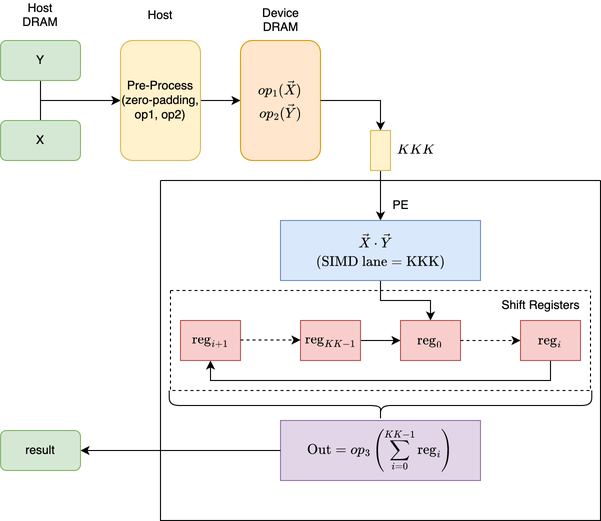
ronghongbo/oneAPI-samples keeps this draw.io diagram as DirectProgramming/C++SYCL_FPGA/ReferenceDesigns/productive_libraries/blas/reconfigurable_dotprod/figures/dot_systolic_array.png. Above is the earlier version. Source tidied: cells renumbered, new cells last; positions are measured from the earlier drawing's top-left corner, leaving out a move shared by most shapes.
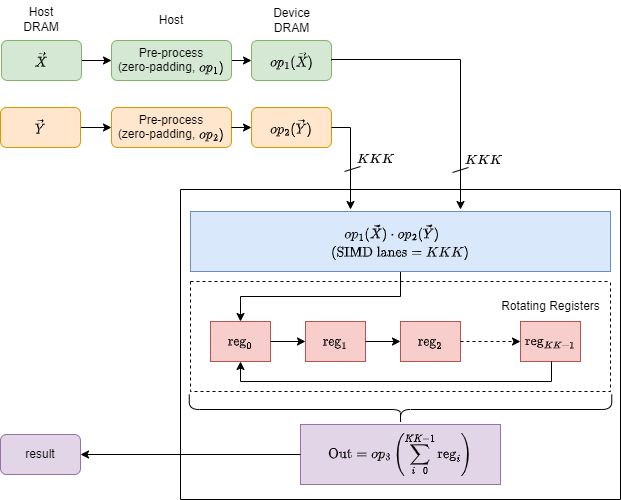
Later version of the same file.

Commit message:
Update figures of dotprod

Change to the diagram source:
```diff
@@ -2,106 +2,137 @@
   <root>
     <mxCell id="0" />
     <mxCell id="1" parent="0" />
+    <mxCell id="9" value="Host" style="text;html=1;strokeColor=none;fillColor=none;align=center;verticalAlign=middle;whiteSpace=wrap;rounded=0;" parent="1" vertex="1">
+      <mxGeometry x="191" y="626" width="60" height="30" as="geometry" />
+    </mxCell>
+    <mxCell id="13" value="result" style="rounded=1;whiteSpace=wrap;html=1;fillColor=#e1d5e7;strokeColor=#9673a6;" parent="1" vertex="1">
+      <mxGeometry x="50" y="1055" width="80" height="40" as="geometry" />
+    </mxCell>
+    <mxCell id="34" style="swimlane;startSize=0;" parent="1" vertex="1">
+      <mxGeometry x="230" y="810" width="440" height="310" as="geometry" />
+    </mxCell>
+    <mxCell id="35" style="edgeStyle=orthogonalEdgeStyle;rounded=0;jettySize=auto;html=1;exitX=0.5;exitY=1;exitDx=0;exitDy=0;entryX=0.5;entryY=0;entryDx=0;entryDy=0;" parent="34" edge="1" source="36" target="18">
+      <mxGeometry relative="1" as="geometry" />
+    </mxCell>
+    <mxCell id="36" value="$$\begin{aligned}&amp;amp;op_1(\vec{X}) \cdot op_2(\vec{Y})\\\text{(S}&amp;amp;\text{IMD}\text{ lanes}=KKK)\end{aligned}$$" style="rounded=0;whiteSpace=wrap;html=1;fillColor=#dae8fc;strokeColor=#6c8ebf;" parent="34" vertex="1">
+      <mxGeometry x="10" y="22" width="420" height="60" as="geometry" />
+    </mxCell>
+    <mxCell id="26" value="$$\text{Out}=op_3\left(\sum_{i=0}^{KK-1}\text{reg}_i\right)$$" style="rounded=0;whiteSpace=wrap;html=1;fillColor=#e1d5e7;strokeColor=#9673a6;" parent="34" vertex="1">
+      <mxGeometry x="120" y="235" width="200" height="60" as="geometry" />
+    </mxCell>
+    <mxCell id="37" style="shape=curlyBracket;whiteSpace=wrap;html=1;rounded=1;flipH=1;labelPosition=right;verticalLabelPosition=middle;align=left;verticalAlign=middle;rotation=90;" parent="34" vertex="1">
+      <mxGeometry x="205" y="8.8" width="30" height="422.5" as="geometry" />
+    </mxCell>
+    <mxCell id="38" style="swimlane;startSize=0;dashed=1;" parent="34" vertex="1">
+      <mxGeometry x="10" y="92" width="420" height="110" as="geometry" />
+    </mxCell>
+    <mxCell id="39" value="Rotating Registers" style="text;html=1;align=center;verticalAlign=middle;strokeColor=none;fillColor=none;" parent="38" vertex="1">
+      <mxGeometry x="300" y="10" width="120" height="30" as="geometry" />
+    </mxCell>
+    <mxCell id="18" value="$$\text{reg}_0$$" style="rounded=0;whiteSpace=wrap;html=1;fillColor=#f8cecc;strokeColor=#b85450;" parent="38" vertex="1">
+      <mxGeometry x="20" y="40" width="60" height="40" as="geometry" />
+    </mxCell>
+    <mxCell id="40" value="$$\text{reg}_1$$" style="rounded=0;whiteSpace=wrap;html=1;fillColor=#f8cecc;strokeColor=#b85450;" parent="38" vertex="1">
+      <mxGeometry x="115" y="40" width="60" height="40" as="geometry" />
+    </mxCell>
+    <mxCell id="41" value="$$\text{reg}_{2}$$" style="rounded=0;whiteSpace=wrap;html=1;fillColor=#f8cecc;strokeColor=#b85450;" parent="38" vertex="1">
+      <mxGeometry x="210" y="40" width="60" height="40" as="geometry" />
+    </mxCell>
+    <mxCell id="42" style="edgeStyle=orthogonalEdgeStyle;rounded=0;jettySize=auto;html=1;exitX=1;exitY=0.5;exitDx=0;exitDy=0;entryX=0;entryY=0.5;entryDx=0;entryDy=0;" parent="38" edge="1" source="18" target="40">
+      <mxGeometry relative="1" as="geometry" />
+    </mxCell>
+    <mxCell id="20" value="$$\text{reg}_{KK-1}$$" style="rounded=0;whiteSpace=wrap;html=1;fillColor=#f8cecc;strokeColor=#b85450;" parent="38" vertex="1">
+      <mxGeometry x="330" y="40" width="60" height="40" as="geometry" />
+    </mxCell>
+    <mxCell id="43" style="edgeStyle=orthogonalEdgeStyle;rounded=0;jettySize=auto;html=1;entryX=0;entryY=0.5;entryDx=0;entryDy=0;exitX=1;exitY=0.5;exitDx=0;exitDy=0;" parent="38" edge="1" source="40" target="41">
+      <mxGeometry relative="1" as="geometry" />
+    </mxCell>
+    <mxCell id="24" style="endArrow=classic;html=1;rounded=0;dashed=1;exitX=1;exitY=0.5;exitDx=0;exitDy=0;" parent="38" edge="1" source="41" target="20">
+      <mxGeometry relative="1" as="geometry" />
+    </mxCell>
+    <mxCell id="19" style="edgeStyle=orthogonalEdgeStyle;rounded=0;jettySize=auto;html=1;entryX=0.5;entryY=1;entryDx=0;entryDy=0;" parent="38" edge="1" source="20" target="18">
+      <mxGeometry relative="1" as="geometry">
+        <Array as="points">
+          <mxPoint x="361" y="100" />
+          <mxPoint x="50" y="100" />
+        </Array>
+      </mxGeometry>
+    </mxCell>
+    <mxCell id="30" style="edgeStyle=orthogonalEdgeStyle;rounded=0;jettySize=auto;html=1;exitX=0;exitY=0.5;exitDx=0;exitDy=0;entryX=1;entryY=0.5;entryDx=0;entryDy=0;" parent="1" edge="1" source="26" target="13">
+      <mxGeometry relative="1" as="geometry" />
+    </mxCell>
     <mxCell id="2" value="Host&lt;br&gt;DRAM" style="text;html=1;strokeColor=none;fillColor=none;align=center;verticalAlign=middle;whiteSpace=wrap;rounded=0;" parent="1" vertex="1">
-      <mxGeometry x="10" width="60" height="30" as="geometry" />
+      <mxGeometry x="61" y="625" width="60" height="30" as="geometry" />
     </mxCell>
-    <mxCell id="3" style="edgeStyle=orthogonalEdgeStyle;rounded=0;jettySize=auto;html=1;exitX=0.5;exitY=0;exitDx=0;exitDy=0;entryX=0.5;entryY=0;entryDx=0;entryDy=0;" parent="1" edge="1" source="4" target="8">
-      <mxGeometry relative="1" as="geometry" />
-    </mxCell>
-    <mxCell id="4" value="X" style="rounded=1;whiteSpace=wrap;html=1;fillColor=#d5e8d4;strokeColor=#82b366;" parent="1" vertex="1">
-      <mxGeometry y="120" width="80" height="40" as="geometry" />
-    </mxCell>
-    <mxCell id="5" style="edgeStyle=orthogonalEdgeStyle;rounded=0;jettySize=auto;html=1;exitX=0.5;exitY=1;exitDx=0;exitDy=0;entryX=0.5;entryY=0;entryDx=0;entryDy=0;" parent="1" edge="1" source="6" target="8">
-      <mxGeometry relative="1" as="geometry" />
-    </mxCell>
-    <mxCell id="6" value="Y" style="rounded=1;whiteSpace=wrap;html=1;fillColor=#d5e8d4;strokeColor=#82b366;" parent="1" vertex="1">
-      <mxGeometry y="40" width="80" height="40" as="geometry" />
-    </mxCell>
-    <mxCell id="7" style="edgeStyle=orthogonalEdgeStyle;rounded=0;jettySize=auto;html=1;exitX=0.5;exitY=1;exitDx=0;exitDy=0;entryX=0.5;entryY=0;entryDx=0;entryDy=0;" parent="1" edge="1" source="8" target="11">
-      <mxGeometry relative="1" as="geometry" />
-    </mxCell>
-    <mxCell id="8" value="Pre-Process&lt;br&gt;(zero-padding, op1, op2)" style="rounded=1;whiteSpace=wrap;html=1;direction=north;fillColor=#fff2cc;strokeColor=#d6b656;" parent="1" vertex="1">
-      <mxGeometry x="120" y="40" width="80" height="120" as="geometry" />
-    </mxCell>
-    <mxCell id="9" value="Host" style="text;html=1;strokeColor=none;fillColor=none;align=center;verticalAlign=middle;whiteSpace=wrap;rounded=0;" parent="1" vertex="1">
-      <mxGeometry x="130" width="60" height="30" as="geometry" />
-    </mxCell>
-    <mxCell id="10" style="edgeStyle=orthogonalEdgeStyle;rounded=0;jettySize=auto;html=1;exitX=1;exitY=0.5;exitDx=0;exitDy=0;entryX=0.5;entryY=0;entryDx=0;entryDy=0;" parent="1" edge="1" source="32">
-      <mxGeometry relative="1" as="geometry">
-        <mxPoint x="380" y="220" as="targetPoint" />
-      </mxGeometry>
-    </mxCell>
-    <mxCell id="11" value="$$\begin{aligned}op_1(\vec{X})\\&lt;br&gt; op_2(\vec{Y})\end{aligned}$$" style="rounded=1;whiteSpace=wrap;html=1;direction=north;fillColor=#ffe6cc;strokeColor=#d79b00;" parent="1" vertex="1">
-      <mxGeometry x="240" y="40" width="80" height="120" as="geometry" />
-    </mxCell>
+    <mxCell id="44" style="edgeStyle=orthogonalEdgeStyle;rounded=0;jettySize=auto;html=1;exitX=1;exitY=0.5;exitDx=0;exitDy=0;entryX=0;entryY=0.5;entryDx=0;entryDy=0;" parent="1" edge="1" source="50" target="52">
+      <mxGeometry relative="1" as="geometry" />
+    </mxCell>
+    <mxCell id="45" style="edgeStyle=orthogonalEdgeStyle;rounded=0;jettySize=auto;html=1;exitX=1;exitY=0.5;exitDx=0;exitDy=0;entryX=0;entryY=0.5;entryDx=0;entryDy=0;" parent="1" edge="1" source="46" target="51">
+      <mxGeometry relative="1" as="geometry" />
+    </mxCell>
+    <mxCell id="46" value="$$\begin{aligned}\vec{X}\end{aligned}$$" style="rounded=1;whiteSpace=wrap;html=1;fillColor=#d5e8d4;strokeColor=#82b366;" parent="1" vertex="1">
+      <mxGeometry x="51" y="661" width="80" height="40" as="geometry" />
+    </mxCell>
+    <mxCell id="47" style="edgeStyle=orthogonalEdgeStyle;rounded=0;jettySize=auto;html=1;exitX=1;exitY=0.5;exitDx=0;exitDy=0;entryX=0.5;entryY=0;entryDx=0;entryDy=0;" parent="1" edge="1" source="51" target="48">
+      <mxGeometry relative="1" as="geometry" />
+    </mxCell>
+    <mxCell id="48" value="$$\begin{aligned}op_1(\vec{X})\end{aligned}$$" style="rounded=1;whiteSpace=wrap;html=1;direction=north;fillColor=#d5e8d4;strokeColor=#82b366;" parent="1" vertex="1">
+      <mxGeometry x="301" y="661" width="80" height="40" as="geometry" />
+    </mxCell>
     <mxCell id="12" value="Device&lt;br&gt;DRAM" style="text;html=1;align=center;verticalAlign=middle;strokeColor=none;fillColor=none;" parent="1" vertex="1">
-      <mxGeometry x="250" width="60" height="40" as="geometry" />
+      <mxGeometry x="311" y="621" width="60" height="40" as="geometry" />
     </mxCell>
-    <mxCell id="13" value="result" style="rounded=1;whiteSpace=wrap;html=1;fillColor=#d5e8d4;strokeColor=#82b366;" parent="1" vertex="1">
-      <mxGeometry y="430" width="80" height="40" as="geometry" />
-    </mxCell>
-    <mxCell id="14" style="swimlane;startSize=0;" parent="1" vertex="1">
-      <mxGeometry x="160" y="180" width="440" height="340" as="geometry" />
-    </mxCell>
-    <mxCell id="15" value="PE" style="text;html=1;align=center;verticalAlign=middle;strokeColor=none;fillColor=none;" parent="14" vertex="1">
-      <mxGeometry x="220" y="10" width="40" height="30" as="geometry" />
-    </mxCell>
-    <mxCell id="16" style="edgeStyle=orthogonalEdgeStyle;rounded=0;jettySize=auto;html=1;exitX=0.5;exitY=1;exitDx=0;exitDy=0;entryX=0.5;entryY=0;entryDx=0;entryDy=0;" parent="14" edge="1" source="17" target="18">
-      <mxGeometry relative="1" as="geometry" />
-    </mxCell>
-    <mxCell id="17" value="$$\begin{aligned}&amp;amp;\vec{X}\cdot\vec{Y}\\\text{(SIMD}&amp;amp;\text{ lane}=\text{KKK)}\end{aligned}$$" style="rounded=0;whiteSpace=wrap;html=1;fillColor=#dae8fc;strokeColor=#6c8ebf;" parent="14" vertex="1">
-      <mxGeometry x="120" y="40" width="200" height="60" as="geometry" />
-    </mxCell>
-    <mxCell id="18" value="$$\text{reg}_0$$" style="rounded=0;whiteSpace=wrap;html=1;fillColor=#f8cecc;strokeColor=#b85450;" parent="14" vertex="1">
-      <mxGeometry x="240" y="140" width="60" height="40" as="geometry" />
-    </mxCell>
-    <mxCell id="19" style="edgeStyle=orthogonalEdgeStyle;rounded=0;jettySize=auto;html=1;exitX=1;exitY=0.5;exitDx=0;exitDy=0;entryX=0;entryY=0.5;entryDx=0;entryDy=0;" parent="14" edge="1" source="20" target="18">
-      <mxGeometry relative="1" as="geometry" />
-    </mxCell>
-    <mxCell id="20" value="$$\text{reg}_{KK-1}$$" style="rounded=0;whiteSpace=wrap;html=1;fillColor=#f8cecc;strokeColor=#b85450;" parent="14" vertex="1">
-      <mxGeometry x="140" y="140" width="60" height="40" as="geometry" />
-    </mxCell>
-    <mxCell id="21" style="edgeStyle=orthogonalEdgeStyle;rounded=0;jettySize=auto;html=1;exitX=0.5;exitY=1;exitDx=0;exitDy=0;entryX=0.5;entryY=1;entryDx=0;entryDy=0;" parent="14" edge="1" source="22" target="23">
-      <mxGeometry relative="1" as="geometry" />
-    </mxCell>
-    <mxCell id="22" value="$$\text{reg}_i$$" style="rounded=0;whiteSpace=wrap;html=1;fillColor=#f8cecc;strokeColor=#b85450;" parent="14" vertex="1">
-      <mxGeometry x="360" y="140" width="60" height="40" as="geometry" />
-    </mxCell>
-    <mxCell id="23" value="$$\text{reg}_{i+1}$$" style="rounded=0;whiteSpace=wrap;html=1;fillColor=#f8cecc;strokeColor=#b85450;" parent="14" vertex="1">
-      <mxGeometry x="20" y="140" width="60" height="40" as="geometry" />
-    </mxCell>
-    <mxCell id="24" style="endArrow=classic;html=1;rounded=0;dashed=1;entryX=0;entryY=0.5;entryDx=0;entryDy=0;exitX=1;exitY=0.5;exitDx=0;exitDy=0;" parent="14" edge="1" source="18" target="22">
-      <mxGeometry relative="1" as="geometry" />
-    </mxCell>
-    <mxCell id="25" style="endArrow=classic;html=1;rounded=0;dashed=1;entryX=0;entryY=0.5;entryDx=0;entryDy=0;exitX=1;exitY=0.5;exitDx=0;exitDy=0;" parent="14" edge="1">
-      <mxGeometry relative="1" as="geometry">
-        <mxPoint x="80" y="159.5" as="sourcePoint" />
-        <mxPoint x="140" y="159.5" as="targetPoint" />
-      </mxGeometry>
-    </mxCell>
-    <mxCell id="26" value="$$\text{Out}=op_3\left(\sum_{i=0}^{KK-1}\text{reg}_i\right)$$" style="rounded=0;whiteSpace=wrap;html=1;fillColor=#e1d5e7;strokeColor=#9673a6;" parent="14" vertex="1">
-      <mxGeometry x="120" y="240" width="200" height="60" as="geometry" />
-    </mxCell>
-    <mxCell id="27" style="shape=curlyBracket;whiteSpace=wrap;html=1;rounded=1;flipH=1;labelPosition=right;verticalLabelPosition=middle;align=left;verticalAlign=middle;rotation=90;" parent="14" vertex="1">
-      <mxGeometry x="205" y="13.8" width="30" height="422.5" as="geometry" />
-    </mxCell>
-    <mxCell id="28" style="swimlane;startSize=0;dashed=1;" parent="14" vertex="1">
-      <mxGeometry x="10" y="110" width="420" height="100" as="geometry" />
-    </mxCell>
-    <mxCell id="29" value="Shift Registers" style="text;html=1;align=center;verticalAlign=middle;strokeColor=none;fillColor=none;" parent="28" vertex="1">
-      <mxGeometry x="320" width="100" height="30" as="geometry" />
-    </mxCell>
-    <mxCell id="30" style="edgeStyle=orthogonalEdgeStyle;rounded=0;jettySize=auto;html=1;exitX=0;exitY=0.5;exitDx=0;exitDy=0;entryX=1;entryY=0.5;entryDx=0;entryDy=0;" parent="1" edge="1" source="26" target="13">
-      <mxGeometry relative="1" as="geometry" />
-    </mxCell>
-    <mxCell id="31" style="edgeStyle=orthogonalEdgeStyle;rounded=0;jettySize=auto;html=1;exitX=0.5;exitY=1;exitDx=0;exitDy=0;entryX=0;entryY=0.5;entryDx=0;entryDy=0;" parent="1" edge="1" source="11" target="32">
-      <mxGeometry relative="1" as="geometry" />
-    </mxCell>
-    <mxCell id="32" style="rounded=0;whiteSpace=wrap;html=1;fillColor=#fff2cc;strokeColor=#d6b656;direction=south;" parent="1" vertex="1">
-      <mxGeometry x="370" y="130" width="20" height="40" as="geometry" />
-    </mxCell>
-    <mxCell id="33" value="$$KKK$$" style="text;html=1;align=center;verticalAlign=middle;strokeColor=none;fillColor=none;" parent="1" vertex="1">
-      <mxGeometry x="380" y="135" width="70" height="30" as="geometry" />
-    </mxCell>
+    <mxCell id="49" style="edgeStyle=orthogonalEdgeStyle;rounded=0;jettySize=auto;html=1;exitX=0.5;exitY=1;exitDx=0;exitDy=0;" parent="1" edge="1" source="48">
+      <mxGeometry relative="1" as="geometry">
+        <mxPoint x="510" y="830" as="targetPoint" />
+        <Array as="points">
+          <mxPoint x="381" y="680" />
+          <mxPoint x="510" y="680" />
+        </Array>
+      </mxGeometry>
+    </mxCell>
+    <mxCell id="50" value="$$\begin{aligned}\vec{Y}\end{aligned}$$" style="rounded=1;whiteSpace=wrap;html=1;fillColor=#ffe6cc;strokeColor=#d79b00;" parent="1" vertex="1">
+      <mxGeometry x="50" y="728" width="80" height="40" as="geometry" />
+    </mxCell>
+    <mxCell id="51" value="Pre-process&lt;br style=&quot;border-color: var(--border-color);&quot;&gt;(zero-padding, `op_1)`" style="rounded=1;whiteSpace=wrap;html=1;fillColor=#d5e8d4;strokeColor=#82b366;" parent="1" vertex="1">
+      <mxGeometry x="161" y="661" width="120" height="40" as="geometry" />
+    </mxCell>
+    <mxCell id="52" value="Pre-process&lt;br style=&quot;border-color: var(--border-color);&quot;&gt;(zero-padding, `op_2)`" style="rounded=1;whiteSpace=wrap;html=1;fillColor=#ffe6cc;strokeColor=#d79b00;" parent="1" vertex="1">
+      <mxGeometry x="161" y="728" width="120" height="40" as="geometry" />
+    </mxCell>
+    <mxCell id="53" value="$$\begin{aligned}op_2(\vec{Y})\end{aligned}$$" style="rounded=1;whiteSpace=wrap;html=1;direction=north;fillColor=#ffe6cc;strokeColor=#d79b00;" parent="1" vertex="1">
+      <mxGeometry x="301" y="728" width="80" height="40" as="geometry" />
+    </mxCell>
+    <mxCell id="54" style="edgeStyle=orthogonalEdgeStyle;rounded=0;jettySize=auto;html=1;exitX=1;exitY=0.5;exitDx=0;exitDy=0;" parent="1" edge="1" source="52">
+      <mxGeometry relative="1" as="geometry">
+        <mxPoint x="301" y="748" as="targetPoint" />
+      </mxGeometry>
+    </mxCell>
+    <mxCell id="55" style="edgeStyle=orthogonalEdgeStyle;rounded=0;jettySize=auto;html=1;exitX=0.5;exitY=1;exitDx=0;exitDy=0;" parent="1" edge="1" source="53">
+      <mxGeometry relative="1" as="geometry">
+        <mxPoint x="400" y="830" as="targetPoint" />
+        <Array as="points">
+          <mxPoint x="400" y="748" />
+        </Array>
+      </mxGeometry>
+    </mxCell>
+    <mxCell id="56" style="endArrow=none;html=1;rounded=0;" parent="1" edge="1">
+      <mxGeometry relative="1" as="geometry">
+        <mxPoint x="394" y="792" as="sourcePoint" />
+        <mxPoint x="410" y="787" as="targetPoint" />
+      </mxGeometry>
+    </mxCell>
+    <mxCell id="57" value="$$KKK$$" style="text;html=1;align=center;verticalAlign=middle;strokeColor=none;fillColor=none;" parent="1" vertex="1">
+      <mxGeometry x="390" y="765" width="70" height="30" as="geometry" />
+    </mxCell>
+    <mxCell id="58" style="endArrow=none;html=1;rounded=0;" parent="1" edge="1">
+      <mxGeometry relative="1" as="geometry">
+        <mxPoint x="502" y="793" as="sourcePoint" />
+        <mxPoint x="518" y="788" as="targetPoint" />
+      </mxGeometry>
+    </mxCell>
+    <mxCell id="59" value="$$KKK$$" style="text;html=1;align=center;verticalAlign=middle;strokeColor=none;fillColor=none;" parent="1" vertex="1">
+      <mxGeometry x="498" y="766" width="70" height="30" as="geometry" />
+    </mxCell>
   </root>
 </mxGraphModel>
```
